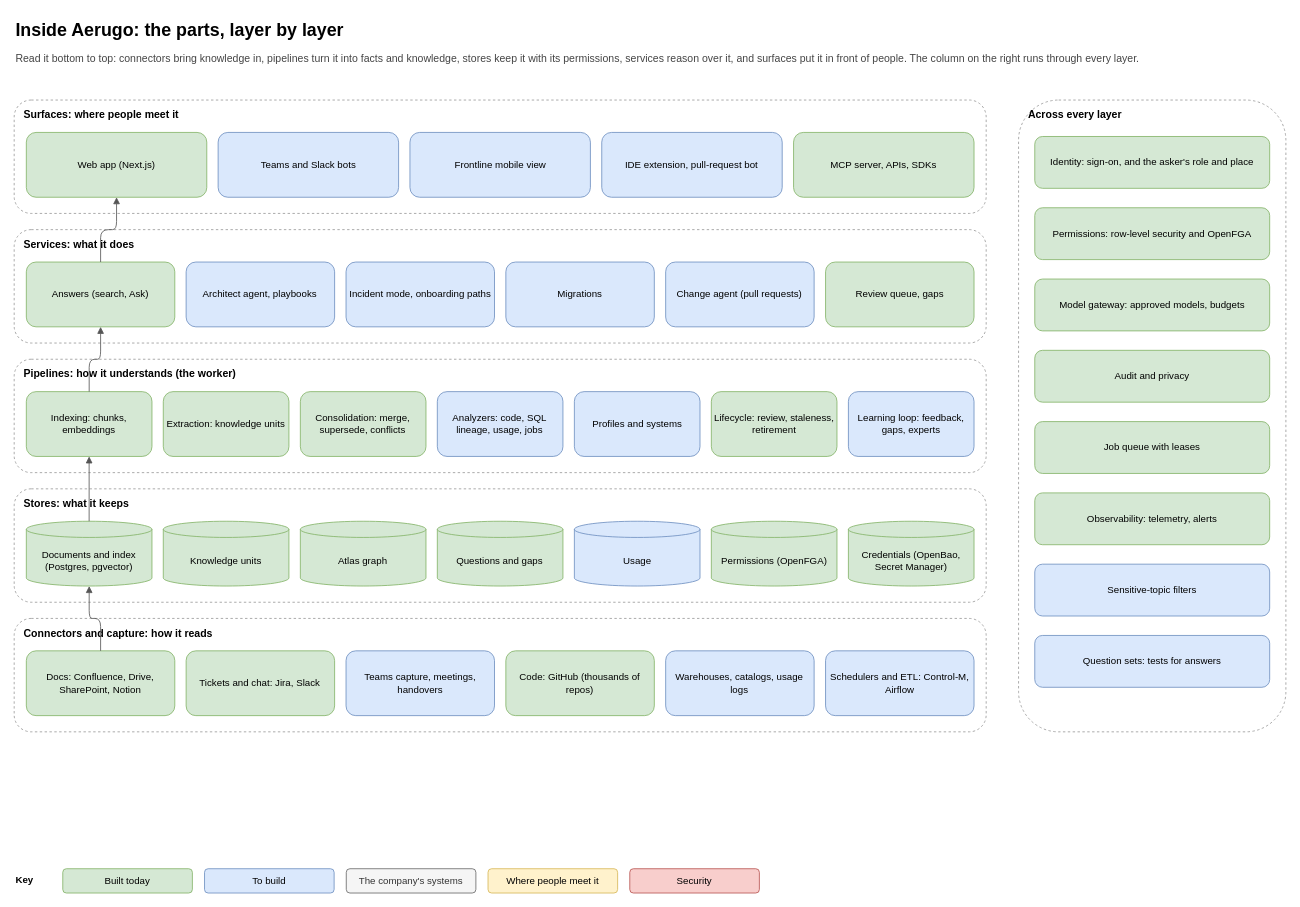
This is page "2. Components" (2 of 10) of docs/architecture/aerugo-architecture.drawio from aerugo-hq/aerugo-self-host, a draw.io file, before an edit. Source tidied: cells renumbered, new cells numbered last; positions are measured from the earlier drawing's top-left corner, leaving out a move shared by most shapes. Both pictures are drawn from the tidied source at 81%, with x=0, y=0 at pixel (14, 14).
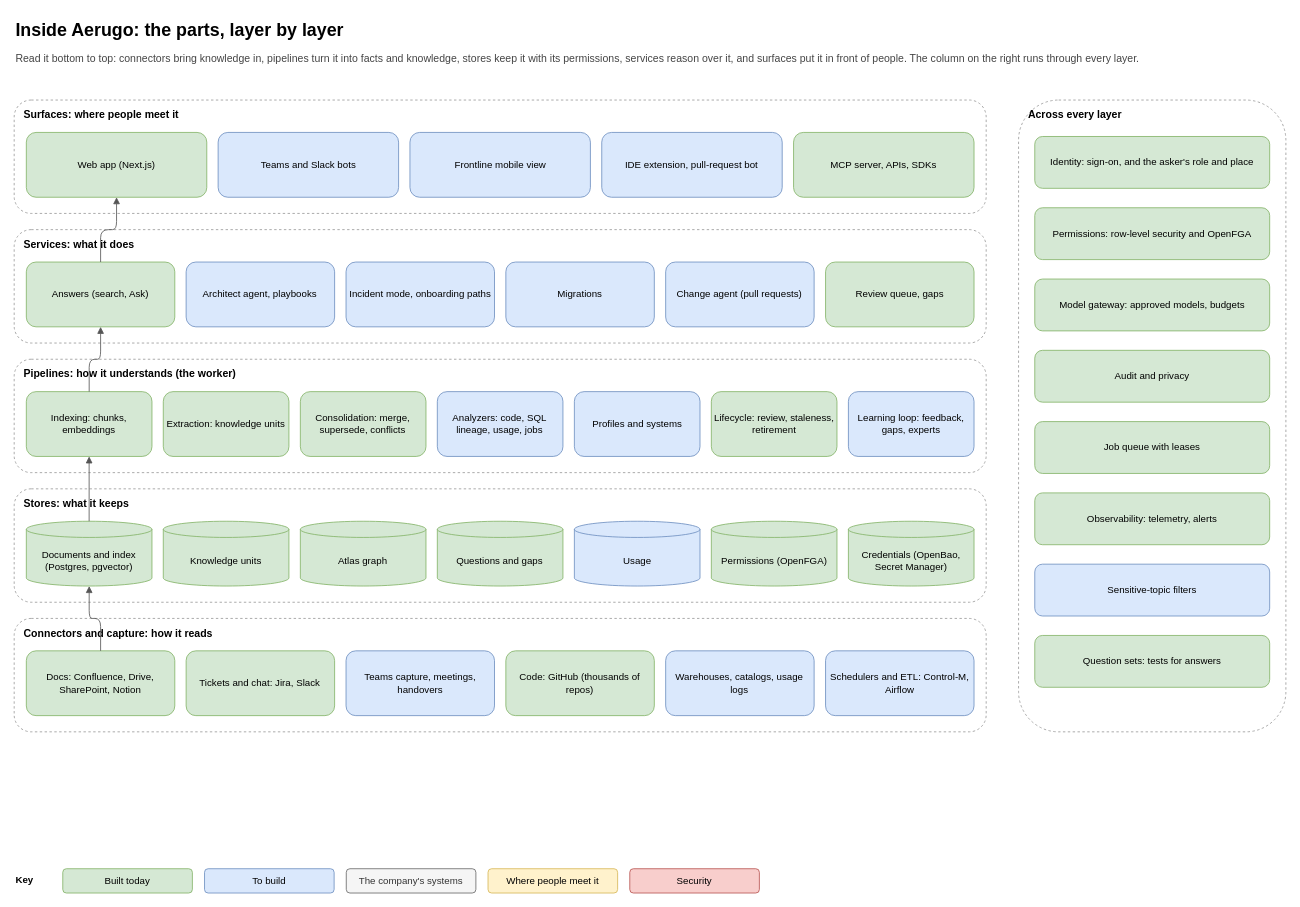
The same page after the edit.

The edit, as a diff of the source:
```diff
@@
-    <mxCell id="52" value="Question sets: tests for answers" style="rounded=1;whiteSpace=wrap;html=1;fillColor=#dae8fc;strokeColor=#6c8ebf;fontSize=12;" parent="1" vertex="1">
+    <mxCell id="52" value="Question sets: tests for answers" style="rounded=1;whiteSpace=wrap;html=1;fillColor=#d5e8d4;strokeColor=#82b366;fontSize=12;" parent="1" vertex="1">
       <mxGeometry x="1260" y="767" width="290" height="64" as="geometry" />
     </mxCell>
```
